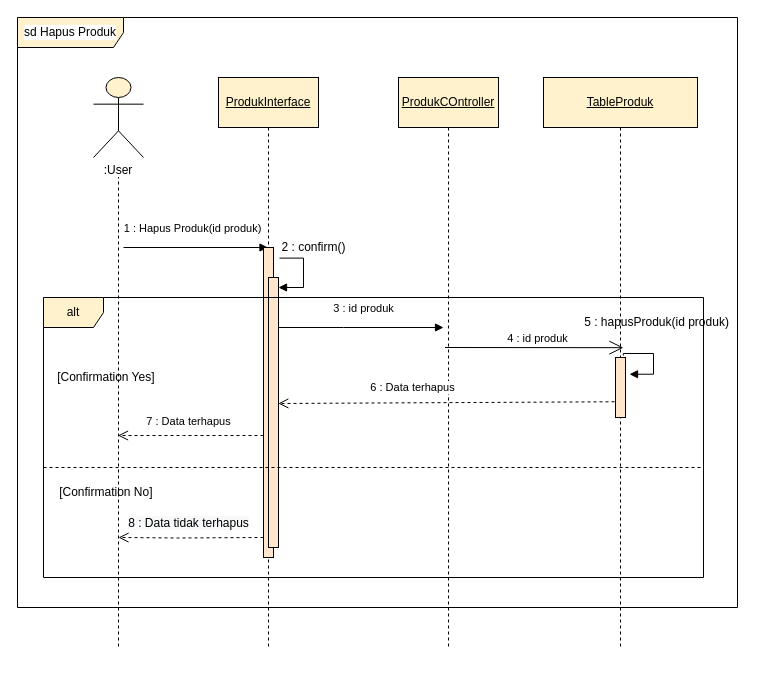
Maratussholikha11/TUGAS-AKHIR-MAR2 keeps this draw.io diagram as page "D. Seq. Hapus Produk" (23 of 34) of Revisi 2/diagram/diagram mix 28 des.drawio. Above is the earlier version. Source tidied: cells renumbered, new cells numbered last; positions are measured from the earlier drawing's top-left corner, leaving out a move shared by most shapes. Both pictures are drawn from the tidied source at 100%, with x=0, y=0 at pixel (17, 17).
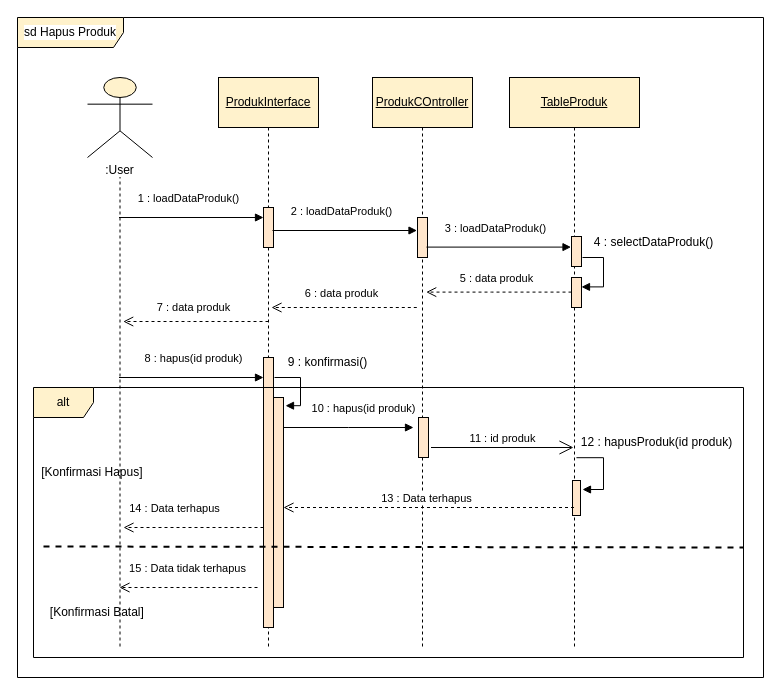
Above is the later version.

The change refers to these unchanged cells:
```xml
<mxCell id="6" value="&lt;u&gt;ProdukInterface&lt;/u&gt;" style="shape=umlLifeline;perimeter=lifelinePerimeter;whiteSpace=wrap;html=1;outlineConnect=0;strokeColor=#000000;size=50;fillColor=#fff2cc;" parent="1" vertex="1">
  <mxGeometry x="201" y="60" width="100" height="570" as="geometry" />
</mxCell>
```

Change to the diagram source:
```diff
@@
     <mxCell id="2" value="&lt;span style=&quot;background-color: rgb(255, 255, 255);&quot;&gt;&lt;br&gt;&amp;nbsp;&lt;br&gt;&amp;nbsp;&lt;br&gt;:User&lt;/span&gt;" style="shape=umlLifeline;participant=umlActor;perimeter=lifelinePerimeter;whiteSpace=wrap;html=1;verticalAlign=top;spacingTop=36;outlineConnect=0;strokeColor=#000000;size=80;fillColor=#fff2cc;" parent="1" vertex="1">
-      <mxGeometry x="76" y="60" width="50" height="570" as="geometry" />
+      <mxGeometry x="70" y="60" width="65" height="570" as="geometry" />
     </mxCell>
-    <mxCell id="3" value="1 : Hapus Produk(id produk)" style="html=1;verticalAlign=bottom;endArrow=block;rounded=0;" parent="2" edge="1" target="6">
-      <mxGeometry x="-0.05" y="10" relative="1" as="geometry">
-        <mxPoint x="30" y="170" as="sourcePoint" />
-      </mxGeometry>
-    </mxCell>
-    <mxCell id="4" value="[Confirmation Yes]&amp;nbsp;" style="text;html=1;align=center;verticalAlign=middle;strokeColor=none;fillColor=none;" parent="2" vertex="1">
-      <mxGeometry x="-46" y="285" width="120" height="30" as="geometry" />
-    </mxCell>
-    <mxCell id="5" value="[Confirmation No]&amp;nbsp;" style="text;html=1;align=center;verticalAlign=middle;strokeColor=none;fillColor=none;" parent="2" vertex="1">
-      <mxGeometry x="-46" y="400" width="120" height="30" as="geometry" />
-    </mxCell>
+    <mxCell id="26" value="15 : Data tidak terhapus" style="html=1;verticalAlign=bottom;endArrow=open;dashed=1;endSize=8;rounded=0;" parent="2" edge="1" target="2">
+      <mxGeometry x="0.02" y="-10" relative="1" as="geometry">
+        <mxPoint x="170" y="510" as="sourcePoint" />
+        <Array as="points">
+          <mxPoint x="92" y="510" />
+        </Array>
+      </mxGeometry>
+    </mxCell>
@@
     <mxCell id="7" style="html=1;perimeter=orthogonalPerimeter;labelBackgroundColor=#FFFFFF;strokeColor=#000000;fillColor=#ffe6cc;" parent="6" vertex="1">
-      <mxGeometry x="45" y="170" width="10" height="310" as="geometry" />
+      <mxGeometry x="45" y="280" width="10" height="270" as="geometry" />
     </mxCell>
-    <mxCell id="8" style="edgeStyle=orthogonalEdgeStyle;html=1;align=left;spacingLeft=2;endArrow=block;rounded=0;exitX=1.102;exitY=0.096;exitDx=0;exitDy=0;exitPerimeter=0;" parent="6" edge="1">
+    <mxCell id="8" style="edgeStyle=orthogonalEdgeStyle;html=1;align=left;spacingLeft=2;endArrow=block;rounded=0;exitX=1.102;exitY=0.096;exitDx=0;exitDy=0;exitPerimeter=0;entryX=1.201;entryY=0.039;entryDx=0;entryDy=0;entryPerimeter=0;" parent="6" edge="1" target="19">
       <mxGeometry relative="1" as="geometry">
-        <mxPoint x="61" y="180.6" as="sourcePoint" />
-        <mxPoint x="60" y="210" as="targetPoint" />
+        <mxPoint x="56" y="300" as="sourcePoint" />
         <Array as="points">
-          <mxPoint x="85" y="181" />
-          <mxPoint x="85" y="210" />
+          <mxPoint x="82" y="300" />
+          <mxPoint x="82" y="329" />
+          <mxPoint x="67" y="329" />
         </Array>
       </mxGeometry>
     </mxCell>
+    <mxCell id="27" style="html=1;perimeter=orthogonalPerimeter;labelBackgroundColor=#FFFFFF;strokeColor=#000000;fillColor=#ffe6cc;" parent="6" vertex="1">
+      <mxGeometry x="45" y="130" width="10" height="40" as="geometry" />
+    </mxCell>
+    <mxCell id="19" style="html=1;points=[];perimeter=orthogonalPerimeter;labelBackgroundColor=#FFFFFF;strokeColor=#000000;fillColor=#ffe6cc;" parent="6" vertex="1">
+      <mxGeometry x="55" y="320" width="10" height="210" as="geometry" />
+    </mxCell>
+    <mxCell id="3" value="8 : hapus(id produk)" style="html=1;verticalAlign=bottom;endArrow=block;rounded=0;" parent="6" edge="1">
+      <mxGeometry x="0.03" y="10" relative="1" as="geometry">
+        <mxPoint x="-99.5" y="300" as="sourcePoint" />
+        <mxPoint x="45" y="300" as="targetPoint" />
+      </mxGeometry>
+    </mxCell>
     <mxCell id="9" value="&lt;u style=&quot;&quot;&gt;ProdukCOntroller&lt;/u&gt;" style="shape=umlLifeline;perimeter=lifelinePerimeter;whiteSpace=wrap;html=1;strokeColor=#000000;size=50;fillColor=#fff2cc;" parent="1" vertex="1">
-      <mxGeometry x="381" y="60" width="100" height="570" as="geometry" />
+      <mxGeometry x="355" y="60" width="100" height="570" as="geometry" />
     </mxCell>
+    <mxCell id="28" style="html=1;perimeter=orthogonalPerimeter;labelBackgroundColor=#FFFFFF;strokeColor=#000000;fillColor=#ffe6cc;" parent="9" vertex="1">
+      <mxGeometry x="45" y="140" width="10" height="40" as="geometry" />
+    </mxCell>
+    <mxCell id="29" value="5 : data produk" style="html=1;verticalAlign=bottom;endArrow=open;dashed=1;endSize=8;rounded=0;" parent="9" edge="1">
+      <mxGeometry x="0.03" y="-5" relative="1" as="geometry">
+        <mxPoint x="199" y="214.6" as="sourcePoint" />
+        <mxPoint x="53.7" y="214.6" as="targetPoint" />
+        <Array as="points">
+          <mxPoint x="119" y="214.6" />
+        </Array>
+      </mxGeometry>
+    </mxCell>
+    <mxCell id="30" style="html=1;perimeter=orthogonalPerimeter;labelBackgroundColor=#FFFFFF;strokeColor=#000000;fillColor=#ffe6cc;" parent="9" vertex="1">
+      <mxGeometry x="46" y="340" width="10" height="40" as="geometry" />
+    </mxCell>
     <mxCell id="10" value="&lt;u style=&quot;&quot;&gt;TableProduk&lt;/u&gt;" style="shape=umlLifeline;perimeter=lifelinePerimeter;whiteSpace=wrap;html=1;outlineConnect=0;strokeColor=#000000;size=50;fillColor=#fff2cc;" parent="1" vertex="1">
-      <mxGeometry x="526" y="60" width="154" height="570" as="geometry" />
+      <mxGeometry x="492" y="60" width="130" height="570" as="geometry" />
     </mxCell>
-    <mxCell id="11" value="5 : hapusProduk(id produk)" style="text;html=1;align=center;verticalAlign=middle;strokeColor=none;fillColor=none;" parent="10" vertex="1">
-      <mxGeometry x="28" y="230" width="170" height="30" as="geometry" />
-    </mxCell>
-    <mxCell id="12" style="edgeStyle=orthogonalEdgeStyle;html=1;align=left;spacingLeft=2;endArrow=block;rounded=0;entryX=1.402;entryY=0.279;exitX=0.777;exitY=-0.033;exitDx=0;exitDy=0;exitPerimeter=0;entryDx=0;entryDy=0;entryPerimeter=0;" parent="10" edge="1" source="13" target="13">
+    <mxCell id="12" style="edgeStyle=orthogonalEdgeStyle;html=1;align=left;spacingLeft=2;endArrow=block;rounded=0;exitX=0.515;exitY=0.667;exitDx=0;exitDy=0;exitPerimeter=0;" parent="10" edge="1" source="10">
       <mxGeometry relative="1" as="geometry">
+        <mxPoint x="73" y="412" as="targetPoint" />
         <Array as="points">
-          <mxPoint x="80" y="276" />
-          <mxPoint x="110" y="276" />
-          <mxPoint x="110" y="297" />
+          <mxPoint x="94" y="380" />
+          <mxPoint x="94" y="412" />
         </Array>
       </mxGeometry>
     </mxCell>
     <mxCell id="13" style="html=1;points=[];perimeter=orthogonalPerimeter;labelBackgroundColor=#FFFFFF;strokeColor=#000000;fillColor=#ffe6cc;" parent="10" vertex="1">
-      <mxGeometry x="72" y="280" width="10" height="60" as="geometry" />
+      <mxGeometry x="63" y="403" width="8" height="35" as="geometry" />
     </mxCell>
-    <mxCell id="14" style="endArrow=open;endFill=1;endSize=12;html=1;rounded=0;entryX=0.519;entryY=0.474;entryDx=0;entryDy=0;entryPerimeter=0;" parent="10" edge="1" target="10">
-      <mxGeometry relative="1" as="geometry">
-        <mxPoint x="-98.5" y="270" as="sourcePoint" />
-      </mxGeometry>
-    </mxCell>
-    <mxCell id="15" value="4 : id produk" style="edgeLabel;html=1;align=center;verticalAlign=middle;" parent="14" vertex="1">
-      <mxGeometry x="0.17" y="-1" relative="1" as="geometry">
-        <mxPoint x="-12" y="-11" as="offset" />
-      </mxGeometry>
-    </mxCell>
+    <mxCell id="31" style="html=1;perimeter=orthogonalPerimeter;labelBackgroundColor=#FFFFFF;strokeColor=#000000;fillColor=#ffe6cc;" parent="10" vertex="1">
+      <mxGeometry x="62" y="159" width="10" height="30" as="geometry" />
+    </mxCell>
+    <mxCell id="32" style="html=1;perimeter=orthogonalPerimeter;labelBackgroundColor=#FFFFFF;strokeColor=#000000;fillColor=#ffe6cc;" parent="10" vertex="1">
+      <mxGeometry x="62" y="200" width="10" height="30" as="geometry" />
+    </mxCell>
+    <mxCell id="33" style="edgeStyle=orthogonalEdgeStyle;html=1;align=left;spacingLeft=2;endArrow=block;rounded=0;exitX=1.102;exitY=0.096;exitDx=0;exitDy=0;exitPerimeter=0;" parent="10" edge="1">
+      <mxGeometry relative="1" as="geometry">
+        <mxPoint x="73" y="180" as="sourcePoint" />
+        <mxPoint x="72" y="209.4" as="targetPoint" />
+        <Array as="points">
+          <mxPoint x="94" y="180" />
+          <mxPoint x="94" y="209" />
+        </Array>
+      </mxGeometry>
+    </mxCell>
+    <mxCell id="34" style="endArrow=open;endFill=1;endSize=12;html=1;rounded=0;" parent="10" edge="1">
+      <mxGeometry relative="1" as="geometry">
+        <mxPoint x="-78.5" y="370" as="sourcePoint" />
+        <mxPoint x="64" y="370" as="targetPoint" />
+      </mxGeometry>
+    </mxCell>
+    <mxCell id="35" value="11 : id produk" style="edgeLabel;html=1;align=center;verticalAlign=middle;" parent="34" vertex="1">
+      <mxGeometry x="0.17" y="-1" relative="1" as="geometry">
+        <mxPoint x="-12" y="-11" as="offset" />
+      </mxGeometry>
+    </mxCell>
-    <mxCell id="16" value="3 : id produk" style="html=1;verticalAlign=bottom;endArrow=block;rounded=0;startArrow=none;" parent="1" edge="1">
-      <mxGeometry x="0.03" y="10" relative="1" as="geometry">
-        <mxPoint x="261" y="310" as="sourcePoint" />
-        <mxPoint x="426" y="310" as="targetPoint" />
+    <mxCell id="16" value="10 : hapus(id produk)" style="html=1;verticalAlign=bottom;endArrow=block;rounded=0;startArrow=none;" parent="1" edge="1">
+      <mxGeometry x="0.23" y="10" relative="1" as="geometry">
+        <mxPoint x="266" y="410" as="sourcePoint" />
+        <mxPoint x="396" y="410" as="targetPoint" />
         <Array as="points">
-          <mxPoint x="326" y="310" />
+          <mxPoint x="331" y="410" />
         </Array>
       </mxGeometry>
     </mxCell>
-    <mxCell id="17" value="6 : Data terhapus" style="html=1;verticalAlign=bottom;endArrow=open;dashed=1;endSize=8;rounded=0;entryX=0.977;entryY=0.9;entryDx=0;entryDy=0;entryPerimeter=0;exitX=-0.098;exitY=0.738;exitDx=0;exitDy=0;exitPerimeter=0;" parent="1" edge="1" source="13">
-      <mxGeometry x="0.21" y="-6" relative="1" as="geometry">
-        <mxPoint x="260.8" y="386" as="targetPoint" />
-        <mxPoint x="1" as="offset" />
+    <mxCell id="17" value="13 : Data terhapus" style="html=1;verticalAlign=bottom;endArrow=open;dashed=1;endSize=8;rounded=0;" parent="1" edge="1">
+      <mxGeometry x="0.02" relative="1" as="geometry">
+        <mxPoint x="556.5" y="490" as="sourcePoint" />
+        <mxPoint x="266" y="490" as="targetPoint" />
       </mxGeometry>
     </mxCell>
-    <mxCell id="18" value="&lt;span style=&quot;font-size: 12px; background-color: rgb(248, 249, 250);&quot;&gt;8 : Data tidak terhapus&lt;/span&gt;" style="html=1;verticalAlign=bottom;endArrow=open;dashed=1;endSize=8;rounded=0;" parent="1" edge="1">
-      <mxGeometry x="0.03" y="-5" relative="1" as="geometry">
-        <mxPoint x="246" y="520" as="sourcePoint" />
-        <mxPoint x="101" y="520" as="targetPoint" />
-        <Array as="points">
-          <mxPoint x="160" y="520.5" />
-        </Array>
-      </mxGeometry>
-    </mxCell>
-    <mxCell id="19" style="html=1;points=[];perimeter=orthogonalPerimeter;labelBackgroundColor=#FFFFFF;strokeColor=#000000;fillColor=#ffe6cc;" parent="1" vertex="1">
-      <mxGeometry x="251" y="260" width="10" height="270" as="geometry" />
-    </mxCell>
     <mxCell id="20" style="html=1;verticalAlign=bottom;endArrow=none;rounded=0;" parent="1" edge="1">
       <mxGeometry x="0.18" y="20" relative="1" as="geometry">
-        <mxPoint x="251" y="315" as="sourcePoint" />
-        <mxPoint x="251" y="315" as="targetPoint" />
+        <mxPoint x="253" y="491" as="sourcePoint" />
+        <mxPoint x="253" y="491" as="targetPoint" />
       </mxGeometry>
     </mxCell>
-    <mxCell id="21" value="2 : confirm()" style="text;html=1;align=center;verticalAlign=middle;strokeColor=none;fillColor=none;" parent="1" vertex="1">
-      <mxGeometry x="251" y="215" width="90" height="30" as="geometry" />
+    <mxCell id="21" value="9 : konfirmasi()" style="text;html=1;align=center;verticalAlign=middle;strokeColor=none;fillColor=none;" parent="1" vertex="1">
+      <mxGeometry x="260" y="330" width="100" height="30" as="geometry" />
     </mxCell>
-    <mxCell id="22" style="endArrow=none;dashed=1;html=1;rounded=0;" parent="1" edge="1">
+    <mxCell id="22" style="endArrow=none;dashed=1;html=1;rounded=0;strokeWidth=2;shadow=0;" parent="1" edge="1">
       <mxGeometry relative="1" as="geometry">
-        <mxPoint x="26" y="450" as="sourcePoint" />
-        <mxPoint x="686" y="450" as="targetPoint" />
+        <mxPoint x="26" y="529" as="sourcePoint" />
+        <mxPoint x="726" y="530" as="targetPoint" />
       </mxGeometry>
     </mxCell>
-    <mxCell id="23" value="7 : Data terhapus" style="html=1;verticalAlign=bottom;endArrow=open;dashed=1;endSize=8;rounded=0;" parent="1" edge="1" target="2">
-      <mxGeometry x="0.03" y="-5" relative="1" as="geometry">
-        <mxPoint x="246" y="418" as="sourcePoint" />
+    <mxCell id="23" value="14 : Data terhapus" style="html=1;verticalAlign=bottom;endArrow=open;dashed=1;endSize=8;rounded=0;" parent="1" edge="1">
+      <mxGeometry x="0.27" y="-10" relative="1" as="geometry">
+        <mxPoint x="246" y="510" as="sourcePoint" />
+        <mxPoint x="106" y="510" as="targetPoint" />
         <Array as="points">
-          <mxPoint x="166" y="418" />
+          <mxPoint x="168" y="510" />
         </Array>
       </mxGeometry>
     </mxCell>
     <mxCell id="24" value="sd Hapus Produk" style="shape=umlFrame;whiteSpace=wrap;html=1;labelBackgroundColor=#FFFFFF;strokeColor=#000000;fillColor=#fff2cc;width=106;height=30;" parent="1" vertex="1">
-      <mxGeometry width="720" height="590" as="geometry" />
+      <mxGeometry width="746" height="660" as="geometry" />
     </mxCell>
     <mxCell id="25" value="alt" style="shape=umlFrame;whiteSpace=wrap;html=1;strokeColor=#000000;fillColor=#fff2cc;" parent="1" vertex="1">
-      <mxGeometry x="26" y="280" width="660" height="280" as="geometry" />
+      <mxGeometry x="16" y="370" width="710" height="270" as="geometry" />
     </mxCell>
+    <mxCell id="36" value="1 : loadDataProduk()" style="html=1;verticalAlign=bottom;endArrow=block;rounded=0;" parent="1" edge="1">
+      <mxGeometry x="-0.05" y="10" relative="1" as="geometry">
+        <mxPoint x="101.5" y="200" as="sourcePoint" />
+        <mxPoint x="246" y="200" as="targetPoint" />
+      </mxGeometry>
+    </mxCell>
+    <mxCell id="37" value="2 : loadDataProduk()" style="html=1;verticalAlign=bottom;endArrow=block;rounded=0;" parent="1" edge="1">
+      <mxGeometry x="-0.05" y="10" relative="1" as="geometry">
+        <mxPoint x="255" y="213" as="sourcePoint" />
+        <mxPoint x="399.5" y="213" as="targetPoint" />
+      </mxGeometry>
+    </mxCell>
+    <mxCell id="38" value="3 : loadDataProduk()" style="html=1;verticalAlign=bottom;endArrow=block;rounded=0;" parent="1" edge="1">
+      <mxGeometry x="-0.05" y="10" relative="1" as="geometry">
+        <mxPoint x="409" y="229.6" as="sourcePoint" />
+        <mxPoint x="553.5" y="229.6" as="targetPoint" />
+      </mxGeometry>
+    </mxCell>
+    <mxCell id="39" value="4 : selectDataProduk()" style="text;html=1;align=center;verticalAlign=middle;strokeColor=none;fillColor=none;" parent="1" vertex="1">
+      <mxGeometry x="566" y="210" width="140" height="30" as="geometry" />
+    </mxCell>
+    <mxCell id="40" value="6 : data produk" style="html=1;verticalAlign=bottom;endArrow=open;dashed=1;endSize=8;rounded=0;" parent="1" edge="1">
+      <mxGeometry x="0.03" y="-5" relative="1" as="geometry">
+        <mxPoint x="399.3" y="290" as="sourcePoint" />
+        <mxPoint x="254" y="290" as="targetPoint" />
+        <Array as="points">
+          <mxPoint x="319.3" y="290" />
+        </Array>
+      </mxGeometry>
+    </mxCell>
+    <mxCell id="41" value="7 : data produk" style="html=1;verticalAlign=bottom;endArrow=open;dashed=1;endSize=8;rounded=0;" parent="1" edge="1">
+      <mxGeometry x="0.03" y="-5" relative="1" as="geometry">
+        <mxPoint x="251" y="304" as="sourcePoint" />
+        <mxPoint x="105.7" y="304" as="targetPoint" />
+        <Array as="points">
+          <mxPoint x="171" y="304" />
+        </Array>
+      </mxGeometry>
+    </mxCell>
+    <mxCell id="11" value="12 : hapusProduk(id produk)" style="text;html=1;align=center;verticalAlign=middle;strokeColor=none;fillColor=none;" parent="1" vertex="1">
+      <mxGeometry x="554" y="410" width="170" height="30" as="geometry" />
+    </mxCell>
+    <mxCell id="4" value="[Konfirmasi Hapus]&amp;nbsp;" style="text;html=1;align=center;verticalAlign=middle;strokeColor=none;fillColor=none;" parent="1" vertex="1">
+      <mxGeometry x="11" y="440" width="130" height="30" as="geometry" />
+    </mxCell>
+    <mxCell id="5" value="[Konfirmasi Batal]&amp;nbsp;" style="text;html=1;align=center;verticalAlign=middle;strokeColor=none;fillColor=none;" parent="1" vertex="1">
+      <mxGeometry x="21" y="580" width="120" height="30" as="geometry" />
+    </mxCell>
```
